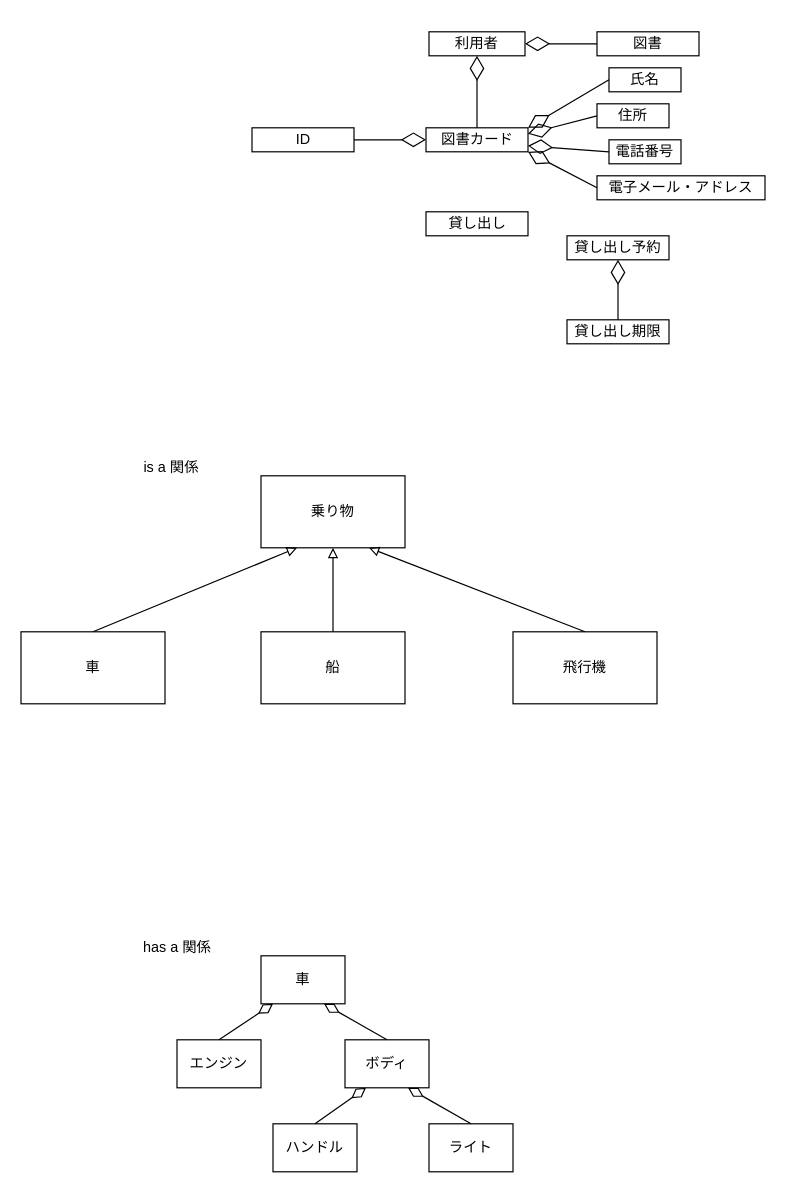
The draw.io diagram 図書２.drawio in toshiyafujita/ohara_uml, before the edit. Source tidied: cells renumbered, new cells numbered last; positions are measured from the earlier drawing's top-left corner, leaving out a move shared by most shapes. Both pictures are drawn from the tidied source at 120%, with x=0, y=0 at pixel (20, 31).
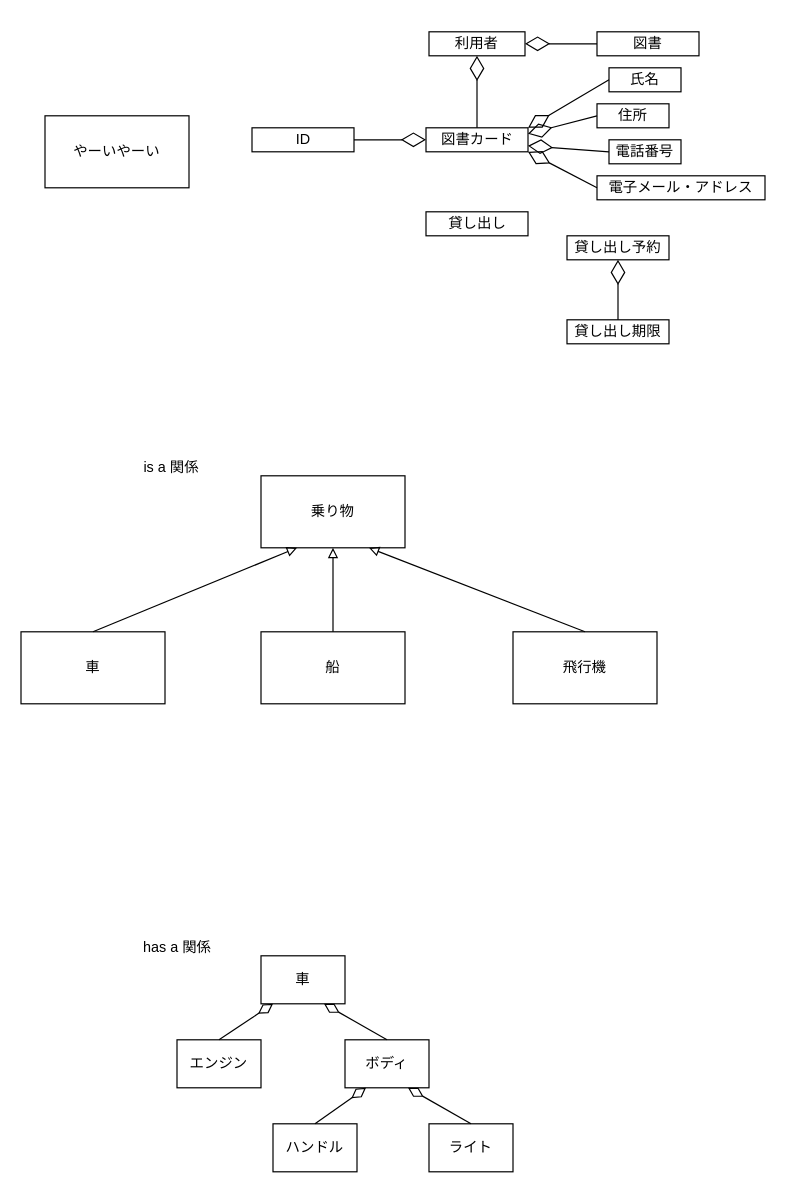
Above is the later version.

The edit, as a diff of the source:
```diff
@@
+    <mxCell id="40" value="やーいやーい" style="rounded=0;whiteSpace=wrap;html=1;" parent="1" vertex="1">
+      <mxGeometry x="20" y="70" width="120" height="60" as="geometry" />
+    </mxCell>
```
